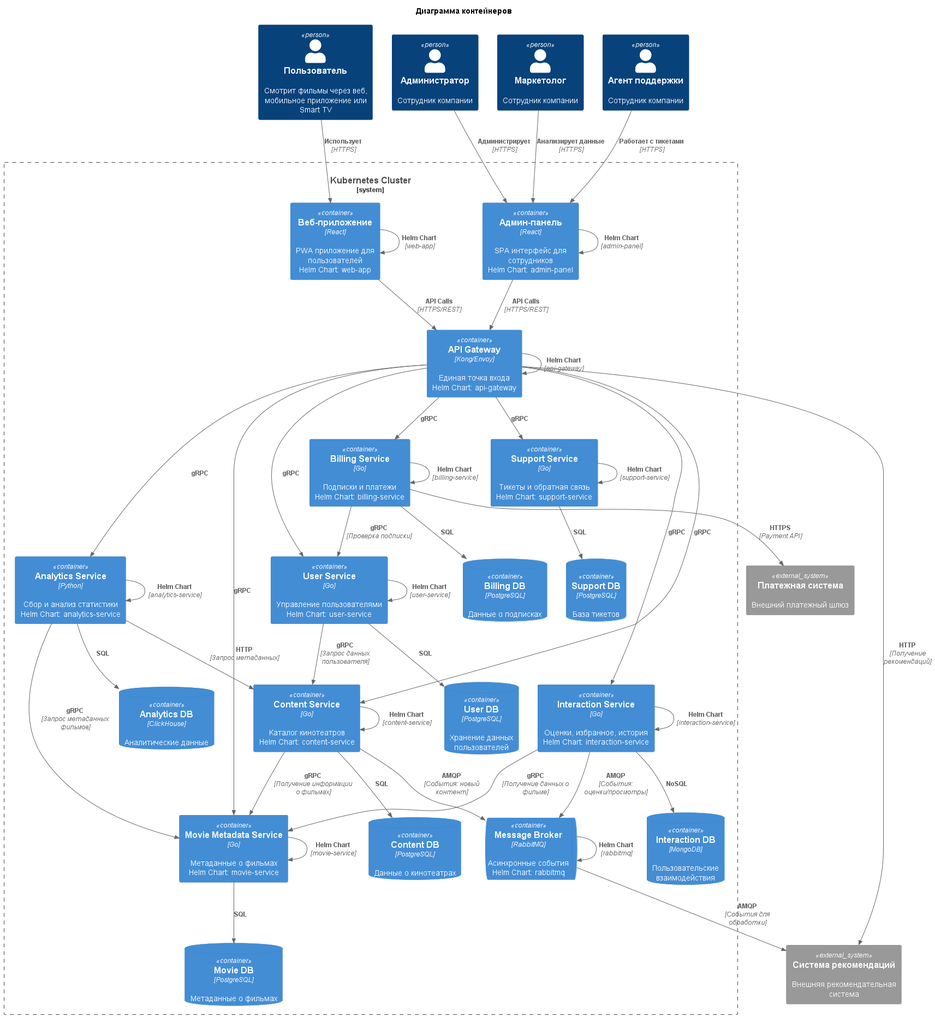
This is docs-out/docs/architecture/container/container/container.png from Maxssobolev/ypr-sprint2, a PlantUML export, as it was before one commit. Source of this version:
```plantuml
@startuml
!include https://raw.githubusercontent.com/plantuml-stdlib/C4-PlantUML/master/C4_Container.puml

title Диаграмма контейнеров

Person(user, "Пользователь", "Смотрит фильмы через веб, мобильное приложение или Smart TV")
Person(support_agent, "Агент поддержки", "Сотрудник компании")
Person(admin, "Администратор", "Сотрудник компании")
Person(marketing_agent, "Маркетолог", "Сотрудник компании")

System_Boundary(kc, "Kubernetes Cluster") {
    Container(web, "Веб-приложение", "React", "PWA приложение для пользователей\nHelm Chart: web-app")
    Container(admin_web, "Админ-панель", "React", "SPA интерфейс для сотрудников\nHelm Chart: admin-panel")

    Container(api_gw, "API Gateway", "Kong/Envoy", "Единая точка входа\nHelm Chart: api-gateway")

    Container(user_svc, "User Service", "Go", "Управление пользователями\nHelm Chart: user-service")
    ContainerDb(user_db, "User DB", "PostgreSQL", "Хранение данных пользователей")

    Container(content_svc, "Content Service", "Go", "Каталог кинотеатров\nHelm Chart: content-service")
    ContainerDb(content_db, "Content DB", "PostgreSQL", "Данные о кинотеатрах")

    Container(movie_svc, "Movie Metadata Service", "Go", "Метаданные о фильмах \nHelm Chart: movie-service")
    ContainerDb(movie_db, "Movie DB", "PostgreSQL", "Метаданные о фильмах")

    Container(interaction_svc, "Interaction Service", "Go", "Оценки, избранное, история\nHelm Chart: interaction-service")
    ContainerDb(interaction_db, "Interaction DB", "MongoDB", "Пользовательские взаимодействия")

    Container(billing_svc, "Billing Service", "Go", "Подписки и платежи\nHelm Chart: billing-service")
    ContainerDb(billing_db, "Billing DB", "PostgreSQL", "Данные о подписках")

    Container(support_svc, "Support Service", "Go", "Тикеты и обратная связь\nHelm Chart: support-service")
    ContainerDb(support_db, "Support DB", "PostgreSQL", "База тикетов")

    Container(analytics_svc, "Analytics Service", "Python", "Сбор и анализ статистики\nHelm Chart: analytics-service")
    ContainerDb(analytics_db, "Analytics DB", "ClickHouse", "Аналитические данные")

    ContainerQueue(rabbitmq, "Message Broker", "RabbitMQ", "Асинхронные события\nHelm Chart: rabbitmq")
}


System_Ext(payment, "Платежная система", "Внешний платежный шлюз")
System_Ext(recommendation, "Система рекомендаций", "Внешняя рекомендательная система")


Rel(user, web, "Использует", "HTTPS")
Rel(support_agent, admin_web, "Работает с тикетами", "HTTPS")
Rel(admin, admin_web, "Администрирует", "HTTPS")
Rel(marketing_agent, admin_web, "Анализирует данные", "HTTPS")

Rel(web, api_gw, "API Calls", "HTTPS/REST")
Rel(admin_web, api_gw, "API Calls", "HTTPS/REST")

Rel(api_gw, user_svc, "gRPC")
Rel(api_gw, content_svc, "gRPC")
Rel(api_gw, movie_svc, "gRPC")
Rel(api_gw, interaction_svc, "gRPC")
Rel(api_gw, billing_svc, "gRPC")
Rel(api_gw, support_svc, "gRPC")
Rel(api_gw, analytics_svc, "gRPC")
Rel(api_gw, recommendation, "HTTP", "Получение рекомендаций")

Rel(user_svc, user_db, "SQL")
Rel(content_svc, content_db, "SQL")
Rel(movie_svc, movie_db, "SQL")
Rel(interaction_svc, interaction_db, "NoSQL")
Rel(billing_svc, billing_db, "SQL")
Rel(analytics_svc, movie_svc, "gRPC", "Запрос метаданных фильмов")
Rel(interaction_svc, movie_svc, "gRPC", "Получение данных о фильме")
Rel(content_svc, movie_svc, "gRPC", "Получение информации о фильмах")
Rel(support_svc, support_db, "SQL")
Rel(analytics_svc, analytics_db, "SQL")

Rel(interaction_svc, rabbitmq, "AMQP", "События: оценки/просмотры")
Rel(content_svc, rabbitmq, "AMQP", "События: новый контент")
Rel(rabbitmq, recommendation, "AMQP", "События для обработки")

Rel(billing_svc, payment, "HTTPS", "Payment API")

Rel(user_svc, content_svc, "gRPC", "Запрос данных пользователя")
Rel(billing_svc, user_svc, "gRPC", "Проверка подписки")
Rel(analytics_svc, content_svc, "HTTP", "Запрос метаданных")

AddRelTag("helm")
Rel(web, web, "Helm Chart", "web-app")
Rel(admin_web, admin_web, "Helm Chart", "admin-panel")
Rel(api_gw, api_gw, "Helm Chart", "api-gateway")
Rel(user_svc, user_svc, "Helm Chart", "user-service")
Rel(content_svc, content_svc, "Helm Chart", "content-service")
Rel(movie_svc, movie_svc, "Helm Chart", "movie-service")
Rel(interaction_svc, interaction_svc, "Helm Chart", "interaction-service")
Rel(billing_svc, billing_svc, "Helm Chart", "billing-service")
Rel(support_svc, support_svc, "Helm Chart", "support-service")
Rel(analytics_svc, analytics_svc, "Helm Chart", "analytics-service")
Rel(rabbitmq, rabbitmq, "Helm Chart", "rabbitmq")

@enduml
```
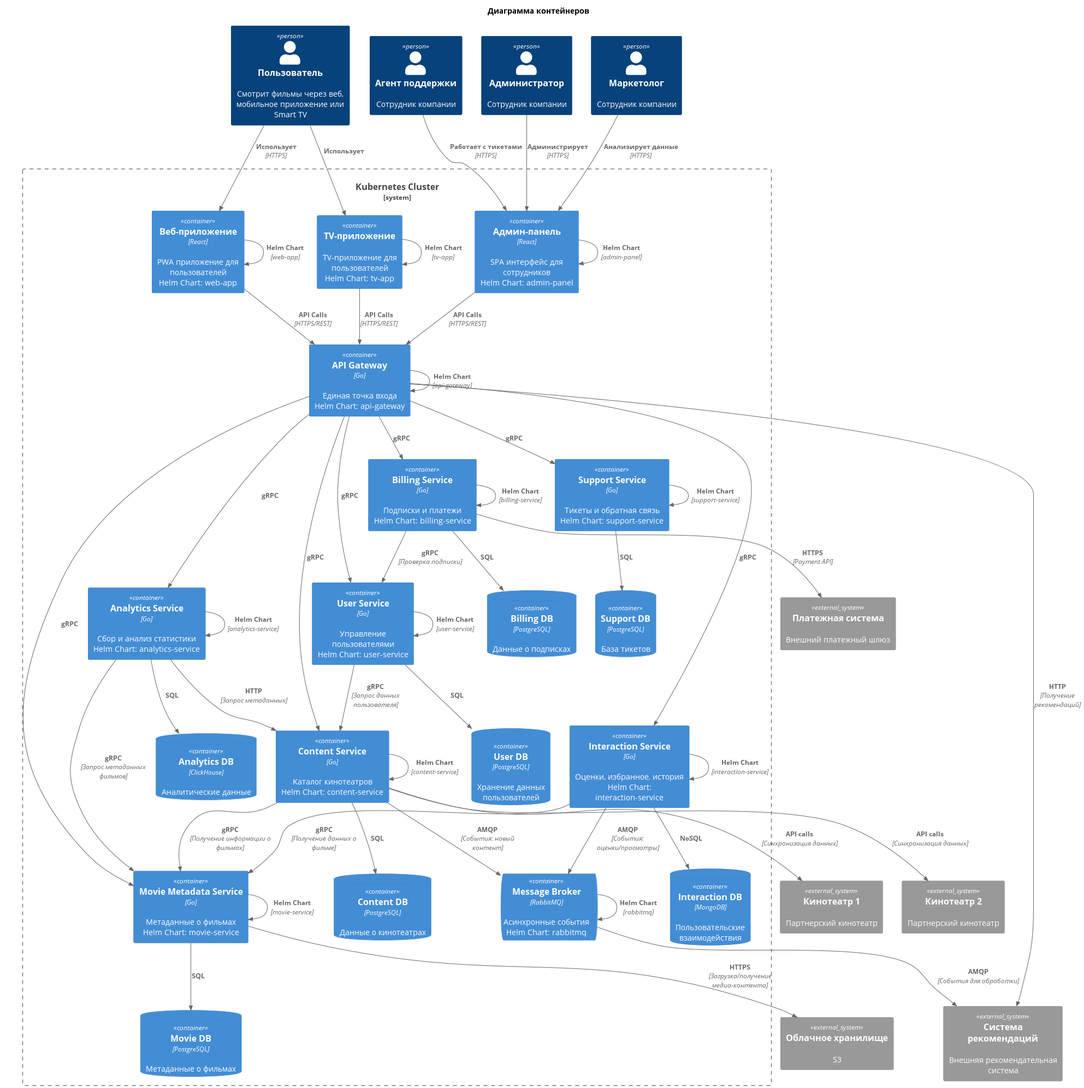
After the change.

Change to the diagram source:
```diff
@@ -10,9 +10,10 @@
 
 System_Boundary(kc, "Kubernetes Cluster") {
     Container(web, "Веб-приложение", "React", "PWA приложение для пользователей\nHelm Chart: web-app")
+    Container(tv, "TV-приложение", "", "TV-приложение для пользователей\nHelm Chart: tv-app")
     Container(admin_web, "Админ-панель", "React", "SPA интерфейс для сотрудников\nHelm Chart: admin-panel")
 
-    Container(api_gw, "API Gateway", "Kong/Envoy", "Единая точка входа\nHelm Chart: api-gateway")
+    Container(api_gw, "API Gateway", "Go", "Единая точка входа\nHelm Chart: api-gateway")
 
     Container(user_svc, "User Service", "Go", "Управление пользователями\nHelm Chart: user-service")
     ContainerDb(user_db, "User DB", "PostgreSQL", "Хранение данных пользователей")
@@ -32,7 +33,7 @@
     Container(support_svc, "Support Service", "Go", "Тикеты и обратная связь\nHelm Chart: support-service")
     ContainerDb(support_db, "Support DB", "PostgreSQL", "База тикетов")
 
-    Container(analytics_svc, "Analytics Service", "Python", "Сбор и анализ статистики\nHelm Chart: analytics-service")
+    Container(analytics_svc, "Analytics Service", "Go", "Сбор и анализ статистики\nHelm Chart: analytics-service")
     ContainerDb(analytics_db, "Analytics DB", "ClickHouse", "Аналитические данные")
 
     ContainerQueue(rabbitmq, "Message Broker", "RabbitMQ", "Асинхронные события\nHelm Chart: rabbitmq")
@@ -41,14 +42,19 @@
 
 System_Ext(payment, "Платежная система", "Внешний платежный шлюз")
 System_Ext(recommendation, "Система рекомендаций", "Внешняя рекомендательная система")
+System_Ext(s3, "Облачное хранилище", "S3")
+System_Ext(cinema1, "Кинотеатр 1", "Партнерский кинотеатр")
+System_Ext(cinema2, "Кинотеатр 2", "Партнерский кинотеатр")
 
 
 Rel(user, web, "Использует", "HTTPS")
+Rel(user, tv, "Использует")
 Rel(support_agent, admin_web, "Работает с тикетами", "HTTPS")
 Rel(admin, admin_web, "Администрирует", "HTTPS")
 Rel(marketing_agent, admin_web, "Анализирует данные", "HTTPS")
 
 Rel(web, api_gw, "API Calls", "HTTPS/REST")
+Rel(tv, api_gw, "API Calls", "HTTPS/REST")
 Rel(admin_web, api_gw, "API Calls", "HTTPS/REST")
 
 Rel(api_gw, user_svc, "gRPC")
@@ -81,8 +87,13 @@
 Rel(billing_svc, user_svc, "gRPC", "Проверка подписки")
 Rel(analytics_svc, content_svc, "HTTP", "Запрос метаданных")
 
+Rel(movie_svc, s3, "HTTPS", "Загрузка/получение медиа-контента")
+Rel(content_svc, cinema1, "API calls", "Синхронизация данных")
+Rel(content_svc, cinema2, "API calls", "Синхронизация данных")
+
 AddRelTag("helm")
 Rel(web, web, "Helm Chart", "web-app")
+Rel(tv, tv, "Helm Chart", "tv-app")
 Rel(admin_web, admin_web, "Helm Chart", "admin-panel")
 Rel(api_gw, api_gw, "Helm Chart", "api-gateway")
 Rel(user_svc, user_svc, "Helm Chart", "user-service")
```
